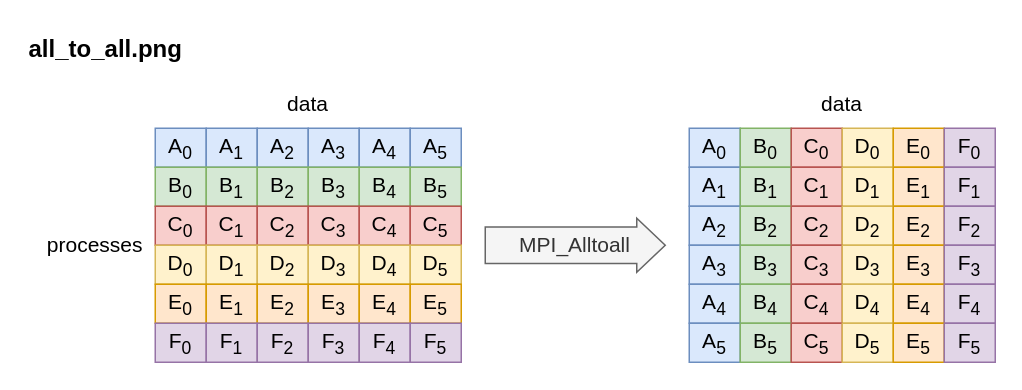
Before: assets/matrix-transpose/matrix-transpose.drawio in brunomaga/brunomaga.github.io, a draw.io diagram. Source tidied: cells renumbered, new cells numbered last; positions are measured from the earlier drawing's top-left corner, leaving out a move shared by most shapes. Both pictures are drawn from the tidied source at 150%, with x=0, y=0 at pixel (26, 26).
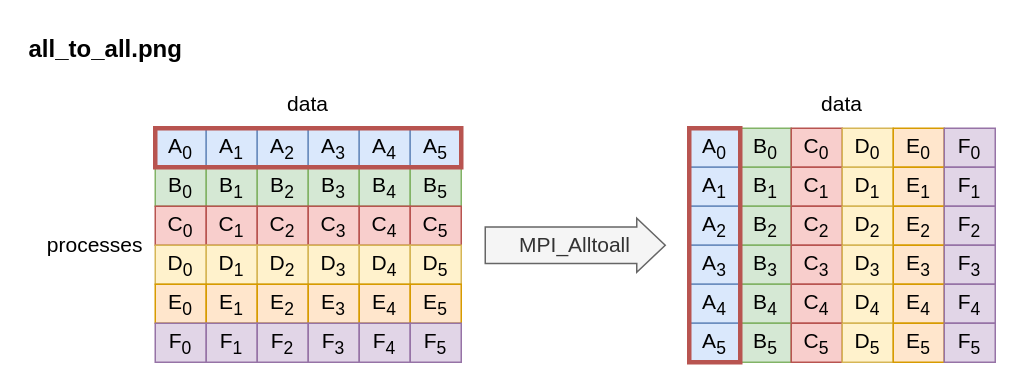
The same page after the edit.

Commit message (it also covers changes not shown here):
Mark the data of process A in all_to_all with a thick border

Claude-Session: https://claude.ai/code/session_01Xf6bJex2do3LmU6gkADKZ3

The change refers to these unchanged cells:
```xml
<mxCell id="3" style="group;" parent="1" vertex="1">
  <mxGeometry y="40" width="646" height="184" as="geometry" />
</mxCell>
```

What changed in the source:
```diff
@@
-    <mxCell id="78" value="processes" style="text;html=1;whiteSpace=wrap;align=right;verticalAlign=middle;fontSize=14;" parent="3" vertex="1">
-      <mxGeometry y="28" width="80" height="156" as="geometry" />
+    <mxCell id="78" style="rounded=0;whiteSpace=wrap;html=1;fillColor=none;strokeColor=#b85450;fontSize=14;strokeWidth=3;" parent="3" vertex="1">
+      <mxGeometry x="86" y="28" width="204" height="26" as="geometry" />
     </mxCell>
-    <mxCell id="79" value="MPI_Alltoall" style="shape=mxgraph.arrows2.arrow;whiteSpace=wrap;html=1;fillColor=#f5f5f5;strokeColor=#666666;fontSize=14;dy=0.32;dx=19;notch=0;fontColor=#333333;" parent="3" vertex="1">
-      <mxGeometry x="306" y="88" width="120" height="36" as="geometry" />
+    <mxCell id="79" style="rounded=0;whiteSpace=wrap;html=1;fillColor=none;strokeColor=#b85450;fontSize=14;strokeWidth=3;" parent="3" vertex="1">
+      <mxGeometry x="442" y="28" width="34" height="156" as="geometry" />
     </mxCell>
+    <mxCell id="80" value="processes" style="text;html=1;whiteSpace=wrap;align=right;verticalAlign=middle;fontSize=14;" parent="3" vertex="1">
+      <mxGeometry y="28" width="80" height="156" as="geometry" />
+    </mxCell>
+    <mxCell id="81" value="MPI_Alltoall" style="shape=mxgraph.arrows2.arrow;whiteSpace=wrap;html=1;fillColor=#f5f5f5;strokeColor=#666666;fontSize=14;dy=0.32;dx=19;notch=0;fontColor=#333333;" parent="3" vertex="1">
+      <mxGeometry x="306" y="88" width="120" height="36" as="geometry" />
+    </mxCell>
```
